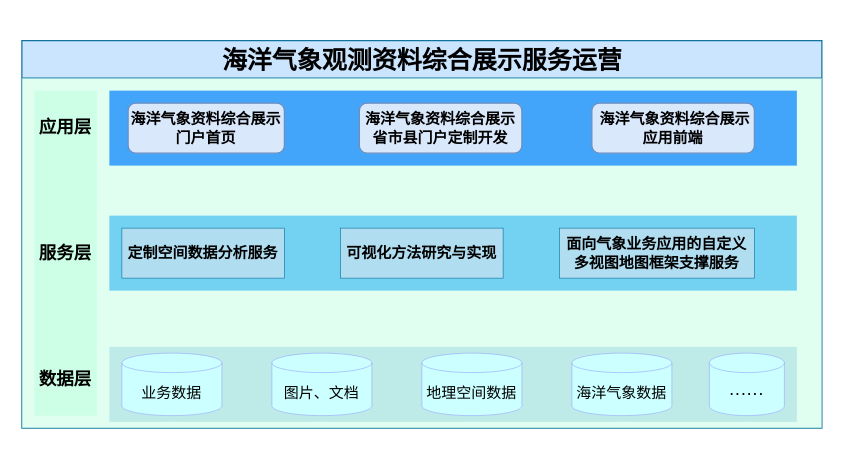
Earlier version of the draw.io diagram bbzl.drawio (PhysicsZhang/KnowledgeGraph). Source tidied: cells renumbered, new cells numbered last; positions are measured from the earlier drawing's top-left corner, leaving out a move shared by most shapes. Both pictures are drawn from the tidied source at 125%, with x=0, y=0 at pixel (21, 40).
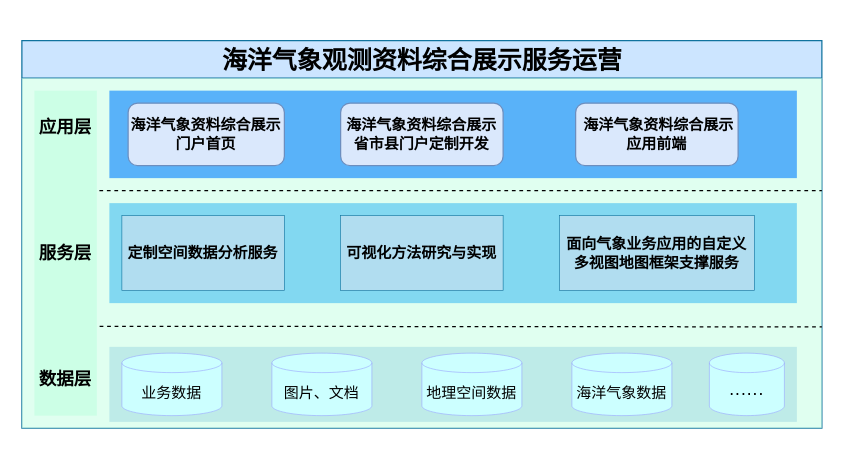
After the change.

Unchanged cells that the change refers to:
```xml
<mxCell id="2" value="&lt;h1&gt;&lt;font style=&quot;font-size: 20px;&quot;&gt;海洋气象观测资料综合展示服务运营&lt;/font&gt;&lt;/h1&gt;" style="swimlane;html=1;startSize=30;horizontal=1;containerType=tree;glass=0;fillColor=#CCE5FF;strokeColor=#10739e;" parent="1" vertex="1">
  <mxGeometry width="640" height="310" as="geometry" />
</mxCell>
<mxCell id="8" value="&lt;b style=&quot;font-size: 14px;&quot;&gt;&lt;font style=&quot;font-size: 14px;&quot; face=&quot;Verdana&quot;&gt;应用层&lt;br&gt;&lt;br&gt;&lt;br&gt;&lt;br&gt;&lt;br&gt;&lt;br&gt;服务层&lt;br&gt;&lt;br&gt;&lt;br&gt;&lt;br&gt;&lt;br&gt;&lt;br&gt;数据层&lt;/font&gt;&lt;/b&gt;" style="rounded=0;whiteSpace=wrap;html=1;strokeWidth=0;strokeColor=none;fillColor=#CCFFE6;" parent="2" vertex="1">
  <mxGeometry x="10" y="40" width="50" height="260" as="geometry" />
</mxCell>
```

The edit, as a diff of the source:
```diff
@@
-    <mxCell id="4" style="rounded=0;whiteSpace=wrap;html=1;fillColor=#007FFF;strokeColor=none;opacity=70;" parent="2" vertex="1">
-      <mxGeometry x="70" y="40" width="550" height="60" as="geometry" />
+    <mxCell id="4" style="rounded=0;whiteSpace=wrap;html=1;fillColor=#007FFF;strokeColor=none;opacity=60;" parent="2" vertex="1">
+      <mxGeometry x="70" y="40" width="550" height="70" as="geometry" />
     </mxCell>
-    <mxCell id="5" style="rounded=0;whiteSpace=wrap;html=1;fillColor=#45bef2;strokeColor=none;opacity=70;" parent="2" vertex="1">
-      <mxGeometry x="70" y="140" width="550" height="60" as="geometry" />
+    <mxCell id="5" style="rounded=0;whiteSpace=wrap;html=1;fillColor=#45bef2;strokeColor=none;opacity=60;" parent="2" vertex="1">
+      <mxGeometry x="70" y="130" width="550" height="80" as="geometry" />
     </mxCell>
@@
     <mxCell id="7" value="&lt;b&gt;海洋气象资料综合展示门户首页&lt;/b&gt;" style="rounded=1;whiteSpace=wrap;html=1;fillColor=#dae8fc;strokeColor=#6c8ebf;" parent="2" vertex="1">
-      <mxGeometry x="85" y="50" width="125" height="40" as="geometry" />
+      <mxGeometry x="85" y="50" width="125" height="50" as="geometry" />
     </mxCell>
@@
     <mxCell id="13" value="&lt;b&gt;定制空间数据分析服务&lt;/b&gt;" style="rounded=0;whiteSpace=wrap;html=1;strokeWidth=0.5;fillColor=#b1ddf0;strokeColor=#10739e;" parent="2" vertex="1">
-      <mxGeometry x="80" y="150" width="130" height="40" as="geometry" />
+      <mxGeometry x="80" y="140" width="130" height="60" as="geometry" />
     </mxCell>
     <mxCell id="14" value="&lt;b&gt;可视化方法研究与实现&lt;/b&gt;" style="rounded=0;whiteSpace=wrap;html=1;strokeWidth=0.5;fillColor=#b1ddf0;strokeColor=#10739e;" parent="2" vertex="1">
-      <mxGeometry x="255" y="150" width="130" height="40" as="geometry" />
+      <mxGeometry x="255" y="140" width="130" height="60" as="geometry" />
     </mxCell>
@@
     <mxCell id="16" value="&lt;b&gt;面向气象业务应用的自定义多视图地图框架支撑服务&lt;/b&gt;" style="rounded=0;whiteSpace=wrap;html=1;strokeWidth=0.5;fillColor=#b1ddf0;strokeColor=#10739e;" parent="2" vertex="1">
-      <mxGeometry x="430" y="150" width="156" height="40" as="geometry" />
+      <mxGeometry x="430" y="140" width="156" height="60" as="geometry" />
     </mxCell>
     <mxCell id="17" value="&lt;b&gt;海洋气象资料综合展示省市县门户定制开发&lt;/b&gt;" style="rounded=1;whiteSpace=wrap;html=1;fillColor=#dae8fc;strokeColor=#6c8ebf;" parent="2" vertex="1">
-      <mxGeometry x="270" y="50" width="130" height="40" as="geometry" />
+      <mxGeometry x="255" y="50" width="130" height="50" as="geometry" />
     </mxCell>
     <mxCell id="18" value="&lt;b&gt;&amp;nbsp;海洋气象资料综合展示应用前端&lt;/b&gt;" style="rounded=1;whiteSpace=wrap;html=1;fillColor=#dae8fc;strokeColor=#6c8ebf;" parent="2" vertex="1">
-      <mxGeometry x="456" y="50" width="130" height="40" as="geometry" />
+      <mxGeometry x="443" y="50" width="130" height="50" as="geometry" />
     </mxCell>
+    <mxCell id="19" style="endArrow=none;dashed=1;html=1;rounded=0;exitX=1.044;exitY=0.725;exitDx=0;exitDy=0;exitPerimeter=0;" parent="2" edge="1" source="8">
+      <mxGeometry relative="1" as="geometry">
+        <mxPoint x="640" y="229" as="targetPoint" />
+      </mxGeometry>
+    </mxCell>
+    <mxCell id="20" style="endArrow=none;dashed=1;html=1;rounded=0;" parent="2" edge="1">
+      <mxGeometry relative="1" as="geometry">
+        <mxPoint x="62" y="120" as="sourcePoint" />
+        <mxPoint x="640" y="120" as="targetPoint" />
+      </mxGeometry>
+    </mxCell>
```
